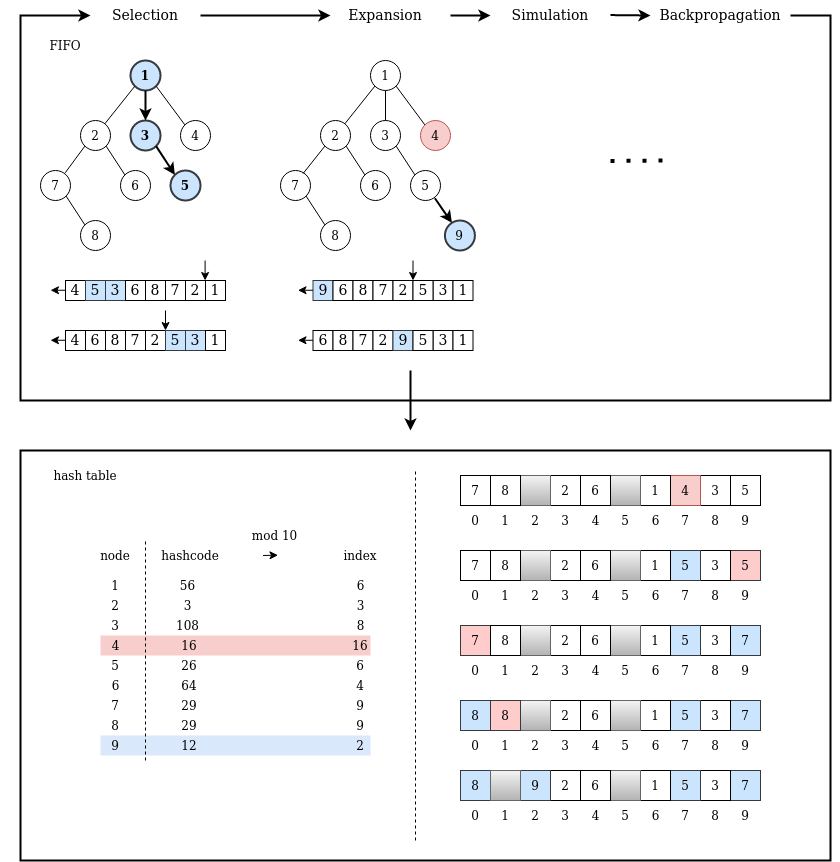
Earlier version of the draw.io export recycling.png (Aenteas/MCTS). Source tidied: cells renumbered, new cells last; positions are measured from the earlier drawing's top-left corner, leaving out a move shared by most shapes.
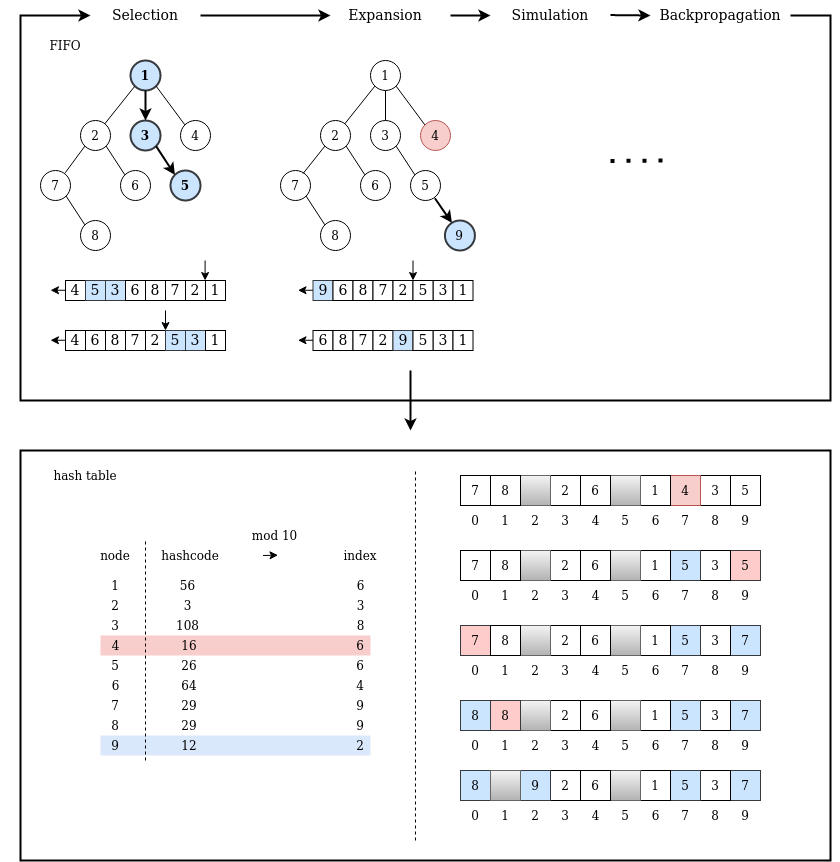
The same file after the commit.

Change to the diagram source:
```diff
@@ -388,7 +388,7 @@
     <mxCell id="115" value="hashcode" style="text;html=1;strokeColor=none;fillColor=none;align=center;verticalAlign=middle;whiteSpace=wrap;rounded=0;" parent="1" vertex="1">
       <mxGeometry x="170" y="540" width="40" height="30" as="geometry" />
     </mxCell>
-    <mxCell id="116" value="16" style="text;html=1;strokeColor=none;fillColor=none;align=center;verticalAlign=middle;whiteSpace=wrap;rounded=0;" parent="1" vertex="1">
+    <mxCell id="116" value="6" style="text;html=1;strokeColor=none;fillColor=none;align=center;verticalAlign=middle;whiteSpace=wrap;rounded=0;" parent="1" vertex="1">
       <mxGeometry x="330" y="630" width="60" height="30" as="geometry" />
     </mxCell>
     <mxCell id="117" value="6" style="text;html=1;strokeColor=none;fillColor=none;align=center;verticalAlign=middle;whiteSpace=wrap;rounded=0;" parent="1" vertex="1">
```
